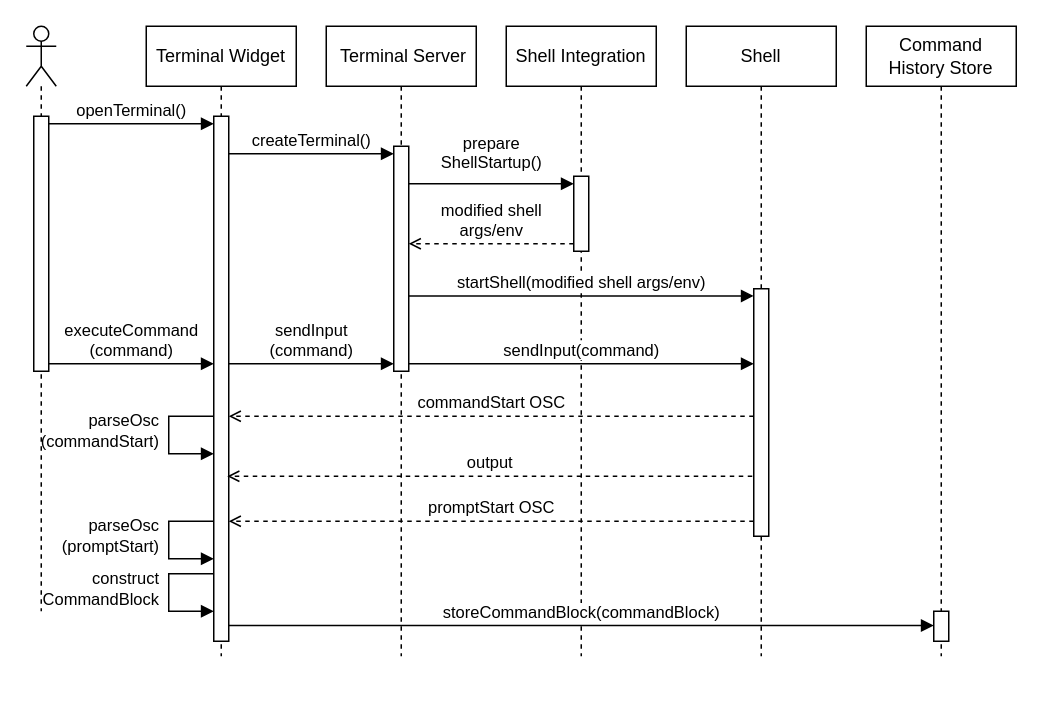
Above: page "Page-3" (3 of 6) of figures/terminal-summary-build-to-summary-sequence.drawio in Fangoling/bachelor-thesis (draw.io), before the change. Source tidied: cells renumbered, new cells numbered last; positions are measured from the earlier drawing's top-left corner, leaving out a move shared by most shapes. Both pictures are drawn from the tidied source at 150%, with x=0, y=0 at pixel (26, 26).
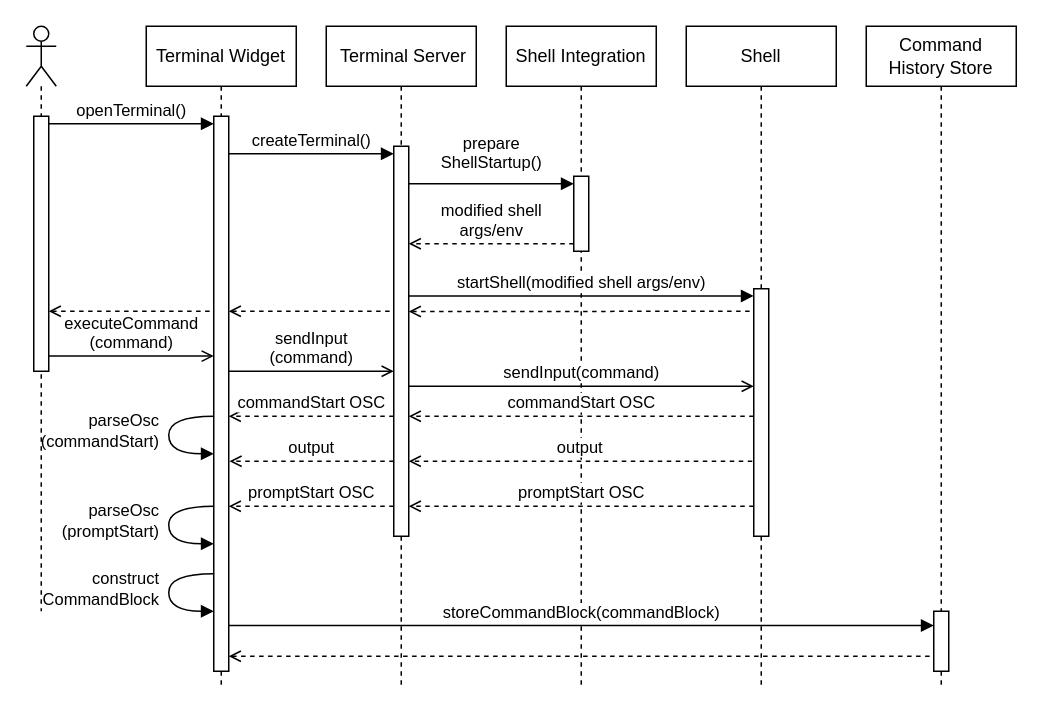
Above is the later version.

Unchanged cells that the change refers to:
```xml
<mxCell id="11" style="html=1;points=[[0,0,0,0,5],[0,1,0,0,-5],[1,0,0,0,5],[1,1,0,0,-5]];perimeter=orthogonalPerimeter;outlineConnect=0;targetShapes=umlLifeline;portConstraint=eastwest;newEdgeStyle={&quot;curved&quot;:0,&quot;rounded&quot;:0};" parent="10" vertex="1">
  <mxGeometry x="5" y="60" width="10" height="170" as="geometry" />
</mxCell>
<mxCell id="15" style="html=1;points=[[0,0,0,0,5],[0,1,0,0,-5],[1,0,0,0,5],[1,1,0,0,-5]];perimeter=orthogonalPerimeter;outlineConnect=0;targetShapes=umlLifeline;portConstraint=eastwest;newEdgeStyle={&quot;curved&quot;:0,&quot;rounded&quot;:0};" parent="14" vertex="1">
  <mxGeometry x="45" y="175" width="10" height="165" as="geometry" />
</mxCell>
```

Change to the diagram source:
```diff
@@
     <mxCell id="2" value="Shell Integration" style="shape=umlLifeline;perimeter=lifelinePerimeter;whiteSpace=wrap;html=1;newEdgeStyle={&quot;curved&quot;:0,&quot;rounded&quot;:0};" parent="1" vertex="1">
-      <mxGeometry x="320" width="100" height="420" as="geometry" />
+      <mxGeometry x="320" width="100" height="440" as="geometry" />
     </mxCell>
@@
     <mxCell id="4" value="&amp;nbsp;Terminal Server" style="shape=umlLifeline;perimeter=lifelinePerimeter;whiteSpace=wrap;html=1;newEdgeStyle={&quot;curved&quot;:0,&quot;rounded&quot;:0};" parent="1" vertex="1">
-      <mxGeometry x="200" width="100" height="420" as="geometry" />
+      <mxGeometry x="200" width="100" height="440" as="geometry" />
     </mxCell>
     <mxCell id="5" style="html=1;points=[[0,0,0,0,5],[0,1,0,0,-5],[1,0,0,0,5],[1,1,0,0,-5]];perimeter=orthogonalPerimeter;outlineConnect=0;targetShapes=umlLifeline;portConstraint=eastwest;newEdgeStyle={&quot;curved&quot;:0,&quot;rounded&quot;:0};" parent="4" vertex="1">
-      <mxGeometry x="45" y="80" width="10" height="150" as="geometry" />
+      <mxGeometry x="45" y="80" width="10" height="260" as="geometry" />
     </mxCell>
     <mxCell id="6" value="Command&lt;div&gt;History Store&lt;/div&gt;" style="shape=umlLifeline;perimeter=lifelinePerimeter;whiteSpace=wrap;html=1;newEdgeStyle={&quot;curved&quot;:0,&quot;rounded&quot;:0};" parent="1" vertex="1">
-      <mxGeometry x="560" width="100" height="420" as="geometry" />
+      <mxGeometry x="560" width="100" height="440" as="geometry" />
     </mxCell>
     <mxCell id="7" style="html=1;perimeter=orthogonalPerimeter;targetShapes=umlLifeline;newEdgeStyle={&quot;curved&quot;:0,&quot;rounded&quot;:0};" parent="6" vertex="1">
-      <mxGeometry x="45" y="390" width="10" height="20" as="geometry" />
+      <mxGeometry x="45" y="390" width="10" height="40" as="geometry" />
     </mxCell>
-    <mxCell id="8" value="parseOsc&lt;div&gt;(&lt;span style=&quot;background-color: light-dark(#ffffff, var(--ge-dark-color, #121212)); color: light-dark(rgb(0, 0, 0), rgb(255, 255, 255));&quot;&gt;commandStart&lt;/span&gt;&lt;span style=&quot;color: light-dark(rgb(0, 0, 0), rgb(255, 255, 255)); background-color: light-dark(#ffffff, var(--ge-dark-color, #121212));&quot;&gt;)&lt;/span&gt;&lt;/div&gt;" style="html=1;align=right;spacingLeft=2;endArrow=block;rounded=0;edgeStyle=orthogonalEdgeStyle;curved=0;rounded=0;" parent="6" edge="1">
+    <mxCell id="8" value="parseOsc&lt;div&gt;(&lt;span style=&quot;background-color: light-dark(#ffffff, var(--ge-dark-color, #121212)); color: light-dark(rgb(0, 0, 0), rgb(255, 255, 255));&quot;&gt;commandStart&lt;/span&gt;&lt;span style=&quot;color: light-dark(rgb(0, 0, 0), rgb(255, 255, 255)); background-color: light-dark(#ffffff, var(--ge-dark-color, #121212));&quot;&gt;)&lt;/span&gt;&lt;/div&gt;" style="html=1;align=right;spacingLeft=2;endArrow=block;rounded=0;edgeStyle=orthogonalEdgeStyle;curved=1;rounded=0;" parent="6" edge="1">
       <mxGeometry x="-0.06" y="-5" relative="1" as="geometry">
         <mxPoint x="-435" y="260" as="sourcePoint" />
         <mxPoint x="-435" y="285" as="targetPoint" />
         <Array as="points">
           <mxPoint x="-465" y="260" />
           <mxPoint x="-465" y="285" />
         </Array>
       </mxGeometry>
     </mxCell>
-    <mxCell id="9" value="commandStart OSC" style="html=1;verticalAlign=bottom;endArrow=open;curved=0;rounded=0;endFill=0;dashed=1;" parent="6" edge="1">
+    <mxCell id="9" value="commandStart OSC" style="html=1;verticalAlign=bottom;endArrow=open;curved=0;rounded=0;endFill=0;dashed=1;" parent="6" edge="1" target="5">
       <mxGeometry relative="1" as="geometry">
         <mxPoint x="-75" y="260" as="sourcePoint" />
-        <mxPoint x="-425" y="260" as="targetPoint" />
       </mxGeometry>
     </mxCell>
@@
     <mxCell id="12" value="Terminal Widget" style="shape=umlLifeline;perimeter=lifelinePerimeter;whiteSpace=wrap;html=1;newEdgeStyle={&quot;curved&quot;:0,&quot;rounded&quot;:0};" parent="1" vertex="1">
-      <mxGeometry x="80" width="100" height="420" as="geometry" />
+      <mxGeometry x="80" width="100" height="440" as="geometry" />
     </mxCell>
     <mxCell id="13" style="html=1;points=[[0,0,0,0,5],[0,1,0,0,-5],[1,0,0,0,5],[1,1,0,0,-5]];perimeter=orthogonalPerimeter;outlineConnect=0;targetShapes=umlLifeline;portConstraint=eastwest;newEdgeStyle={&quot;curved&quot;:0,&quot;rounded&quot;:0};" parent="12" vertex="1">
-      <mxGeometry x="45" y="60" width="10" height="350" as="geometry" />
+      <mxGeometry x="45" y="60" width="10" height="370" as="geometry" />
     </mxCell>
     <mxCell id="14" value="Shell" style="shape=umlLifeline;perimeter=lifelinePerimeter;whiteSpace=wrap;html=1;newEdgeStyle={&quot;curved&quot;:0,&quot;rounded&quot;:0};" parent="1" vertex="1">
-      <mxGeometry x="440" width="100" height="420" as="geometry" />
+      <mxGeometry x="440" width="100" height="440" as="geometry" />
     </mxCell>
@@
-    <mxCell id="20" value="executeCommand&lt;div&gt;(command)&lt;/div&gt;" style="html=1;verticalAlign=bottom;endArrow=block;curved=0;rounded=0;exitX=1;exitY=1;exitDx=0;exitDy=-5;exitPerimeter=0;" parent="1" edge="1" source="11" target="13">
-      <mxGeometry relative="1" as="geometry" />
+    <mxCell id="20" value="executeCommand&lt;div&gt;(command)&lt;/div&gt;" style="html=1;verticalAlign=bottom;endArrow=open;curved=0;rounded=0;exitX=1;exitY=1;exitDx=0;exitDy=-5;exitPerimeter=0;endFill=0;" parent="1" edge="1">
+      <mxGeometry relative="1" as="geometry">
+        <mxPoint x="15" y="219.9" as="sourcePoint" />
+        <mxPoint x="125" y="219.9" as="targetPoint" />
+      </mxGeometry>
     </mxCell>
-    <mxCell id="21" value="sendInput&lt;div&gt;&lt;span style=&quot;background-color: light-dark(#ffffff, var(--ge-dark-color, #121212)); color: light-dark(rgb(0, 0, 0), rgb(255, 255, 255));&quot;&gt;(command)&lt;/span&gt;&lt;/div&gt;" style="html=1;verticalAlign=bottom;endArrow=block;curved=0;rounded=0;entryX=0;entryY=1;entryDx=0;entryDy=-5;entryPerimeter=0;" parent="1" edge="1" source="13" target="5">
-      <mxGeometry relative="1" as="geometry" />
+    <mxCell id="21" value="sendInput&lt;div&gt;&lt;span style=&quot;background-color: light-dark(#ffffff, var(--ge-dark-color, #121212)); color: light-dark(rgb(0, 0, 0), rgb(255, 255, 255));&quot;&gt;(command)&lt;/span&gt;&lt;/div&gt;" style="html=1;verticalAlign=bottom;endArrow=open;curved=0;rounded=0;entryX=0;entryY=1;entryDx=0;entryDy=-5;entryPerimeter=0;endFill=0;" parent="1" edge="1">
+      <mxGeometry relative="1" as="geometry">
+        <mxPoint x="135" y="230" as="sourcePoint" />
+        <mxPoint x="245" y="230" as="targetPoint" />
+      </mxGeometry>
     </mxCell>
-    <mxCell id="22" value="sendInput&lt;span style=&quot;background-color: light-dark(#ffffff, var(--ge-dark-color, #121212)); color: light-dark(rgb(0, 0, 0), rgb(255, 255, 255));&quot;&gt;(command)&lt;/span&gt;" style="html=1;verticalAlign=bottom;endArrow=block;curved=0;rounded=0;exitX=1;exitY=1;exitDx=0;exitDy=-5;exitPerimeter=0;" parent="1" edge="1" source="5" target="15">
-      <mxGeometry relative="1" as="geometry" />
+    <mxCell id="22" value="sendInput&lt;span style=&quot;background-color: light-dark(#ffffff, var(--ge-dark-color, #121212)); color: light-dark(rgb(0, 0, 0), rgb(255, 255, 255));&quot;&gt;(command)&lt;/span&gt;" style="html=1;verticalAlign=bottom;endArrow=open;curved=0;rounded=0;exitX=1;exitY=1;exitDx=0;exitDy=-5;exitPerimeter=0;endFill=0;" parent="1" edge="1">
+      <mxGeometry relative="1" as="geometry">
+        <mxPoint x="255" y="240" as="sourcePoint" />
+        <mxPoint x="485" y="240" as="targetPoint" />
+      </mxGeometry>
     </mxCell>
@@
-    <mxCell id="24" value="construct&lt;div&gt;CommandBlock&lt;/div&gt;" style="html=1;align=right;spacingLeft=2;endArrow=block;rounded=0;edgeStyle=orthogonalEdgeStyle;curved=0;rounded=0;" parent="1" edge="1">
+    <mxCell id="24" value="construct&lt;div&gt;CommandBlock&lt;/div&gt;" style="html=1;align=right;spacingLeft=2;endArrow=block;rounded=0;edgeStyle=orthogonalEdgeStyle;curved=1;rounded=0;" parent="1" edge="1">
       <mxGeometry x="-0.06" y="-5" relative="1" as="geometry">
         <mxPoint x="125" y="365" as="sourcePoint" />
         <mxPoint x="125" y="390" as="targetPoint" />
         <Array as="points">
           <mxPoint x="95" y="365" />
           <mxPoint x="95" y="390" />
         </Array>
       </mxGeometry>
     </mxCell>
@@
-    <mxCell id="26" value="parseOsc&lt;div&gt;(&lt;span style=&quot;background-color: light-dark(#ffffff, var(--ge-dark-color, #121212)); color: light-dark(rgb(0, 0, 0), rgb(255, 255, 255));&quot;&gt;promptStart)&lt;/span&gt;&lt;/div&gt;" style="html=1;align=right;spacingLeft=2;endArrow=block;rounded=0;edgeStyle=orthogonalEdgeStyle;curved=0;rounded=0;" parent="1" edge="1">
+    <mxCell id="26" value="parseOsc&lt;div&gt;(&lt;span style=&quot;background-color: light-dark(#ffffff, var(--ge-dark-color, #121212)); color: light-dark(rgb(0, 0, 0), rgb(255, 255, 255));&quot;&gt;promptStart)&lt;/span&gt;&lt;/div&gt;" style="html=1;align=right;spacingLeft=2;endArrow=block;rounded=0;edgeStyle=orthogonalEdgeStyle;curved=1;rounded=0;" parent="1" edge="1">
       <mxGeometry x="-0.06" y="-5" relative="1" as="geometry">
-        <mxPoint x="125" y="330" as="sourcePoint" />
-        <mxPoint x="125" y="355" as="targetPoint" />
+        <mxPoint x="125" y="320" as="sourcePoint" />
+        <mxPoint x="125" y="345" as="targetPoint" />
         <Array as="points">
-          <mxPoint x="95" y="330" />
-          <mxPoint x="95" y="355" />
+          <mxPoint x="95" y="320" />
+          <mxPoint x="95" y="345" />
         </Array>
       </mxGeometry>
     </mxCell>
     <mxCell id="27" value="promptStart OSC" style="html=1;verticalAlign=bottom;endArrow=open;curved=0;rounded=0;endFill=0;dashed=1;" parent="1" edge="1">
       <mxGeometry relative="1" as="geometry">
-        <mxPoint x="485" y="330" as="sourcePoint" />
-        <mxPoint x="135" y="330" as="targetPoint" />
+        <mxPoint x="485" y="320" as="sourcePoint" />
+        <mxPoint x="255" y="320" as="targetPoint" />
       </mxGeometry>
     </mxCell>
-    <mxCell id="28" value="output" style="html=1;verticalAlign=bottom;endArrow=open;curved=0;rounded=0;endFill=0;dashed=1;" parent="1" edge="1">
+    <mxCell id="28" value="output" style="html=1;verticalAlign=bottom;endArrow=open;curved=0;rounded=0;endFill=0;dashed=1;" parent="1" edge="1" target="5">
       <mxGeometry relative="1" as="geometry">
-        <mxPoint x="484" y="300" as="sourcePoint" />
-        <mxPoint x="134" y="300" as="targetPoint" />
+        <mxPoint x="484" y="290" as="sourcePoint" />
       </mxGeometry>
     </mxCell>
+    <mxCell id="29" style="html=1;verticalAlign=bottom;endArrow=none;curved=0;rounded=0;entryX=0;entryY=0;entryDx=0;entryDy=5;entryPerimeter=0;startArrow=open;startFill=0;dashed=1;endFill=0;" parent="1" edge="1">
+      <mxGeometry relative="1" as="geometry">
+        <mxPoint x="255" y="190.2" as="sourcePoint" />
+        <mxPoint x="485" y="190" as="targetPoint" />
+      </mxGeometry>
+    </mxCell>
+    <mxCell id="30" style="html=1;verticalAlign=bottom;endArrow=none;curved=0;rounded=0;entryX=0;entryY=0;entryDx=0;entryDy=5;entryPerimeter=0;startArrow=open;startFill=0;dashed=1;endFill=0;" parent="1" edge="1" source="13">
+      <mxGeometry relative="1" as="geometry">
+        <mxPoint x="245" y="190" as="targetPoint" />
+      </mxGeometry>
+    </mxCell>
+    <mxCell id="31" style="html=1;verticalAlign=bottom;endArrow=none;curved=0;rounded=0;startArrow=open;startFill=0;dashed=1;endFill=0;" parent="1" edge="1" source="11" target="13">
+      <mxGeometry relative="1" as="geometry">
+        <Array as="points">
+          <mxPoint x="70" y="190" />
+        </Array>
+      </mxGeometry>
+    </mxCell>
+    <mxCell id="32" style="html=1;verticalAlign=bottom;endArrow=none;curved=0;rounded=0;exitX=1;exitY=1;exitDx=0;exitDy=-5;exitPerimeter=0;startArrow=open;startFill=0;endFill=0;dashed=1;" parent="1" edge="1">
+      <mxGeometry relative="1" as="geometry">
+        <mxPoint x="135" y="420" as="sourcePoint" />
+        <mxPoint x="605" y="420" as="targetPoint" />
+      </mxGeometry>
+    </mxCell>
+    <mxCell id="33" value="commandStart OSC" style="html=1;verticalAlign=bottom;endArrow=open;curved=0;rounded=0;endFill=0;dashed=1;" parent="1" edge="1" source="5">
+      <mxGeometry relative="1" as="geometry">
+        <mxPoint x="135" y="260" as="targetPoint" />
+      </mxGeometry>
+    </mxCell>
+    <mxCell id="34" value="output" style="html=1;verticalAlign=bottom;endArrow=open;curved=0;rounded=0;endFill=0;dashed=1;" parent="1" edge="1" source="5">
+      <mxGeometry relative="1" as="geometry">
+        <mxPoint x="135.5" y="290" as="targetPoint" />
+      </mxGeometry>
+    </mxCell>
+    <mxCell id="35" value="promptStart OSC" style="html=1;verticalAlign=bottom;endArrow=open;curved=0;rounded=0;endFill=0;dashed=1;" parent="1" edge="1" source="5">
+      <mxGeometry relative="1" as="geometry">
+        <mxPoint x="135" y="320" as="targetPoint" />
+      </mxGeometry>
+    </mxCell>
```
